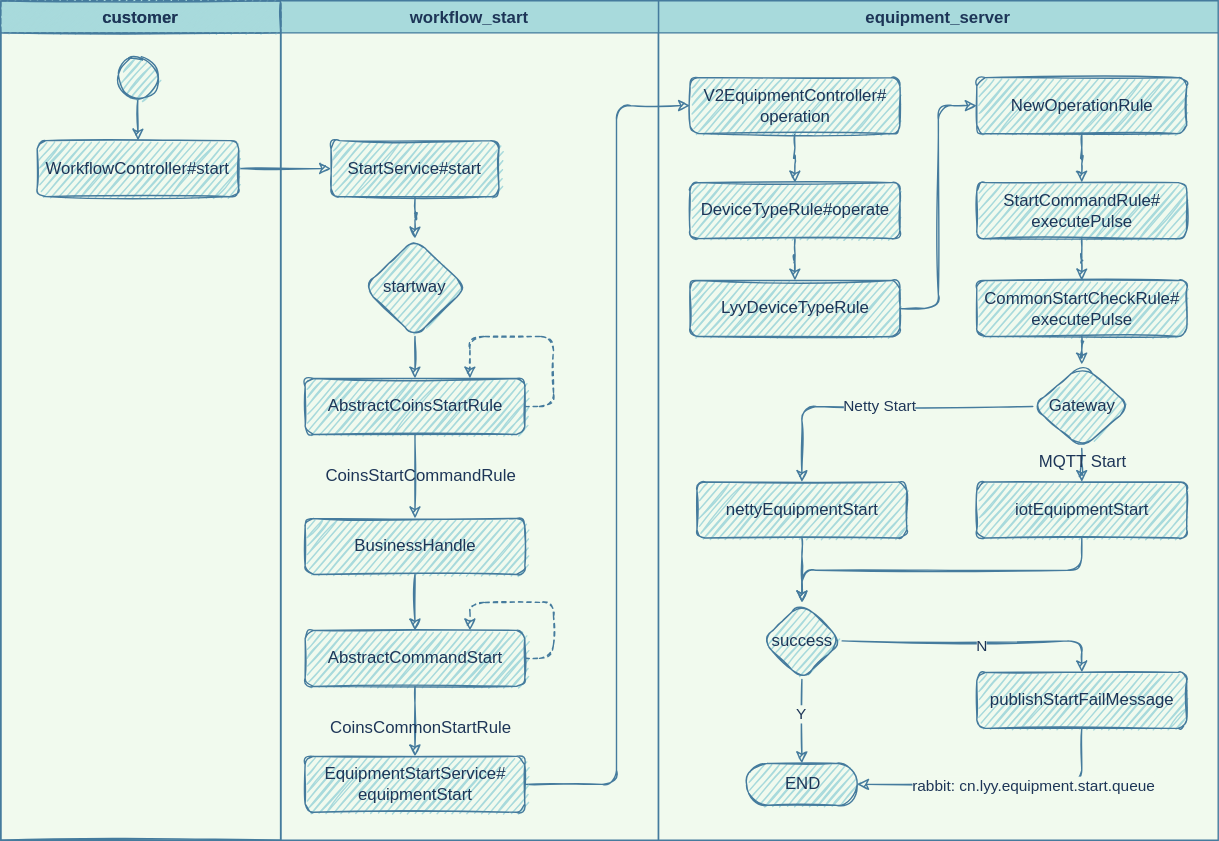
Before: start flow.drawio.svg, a diagram exported from draw.io (jingwux/diagrams). Source tidied: cells renumbered, new cells last; positions are measured from the earlier drawing's top-left corner, leaving out a move shared by most shapes.
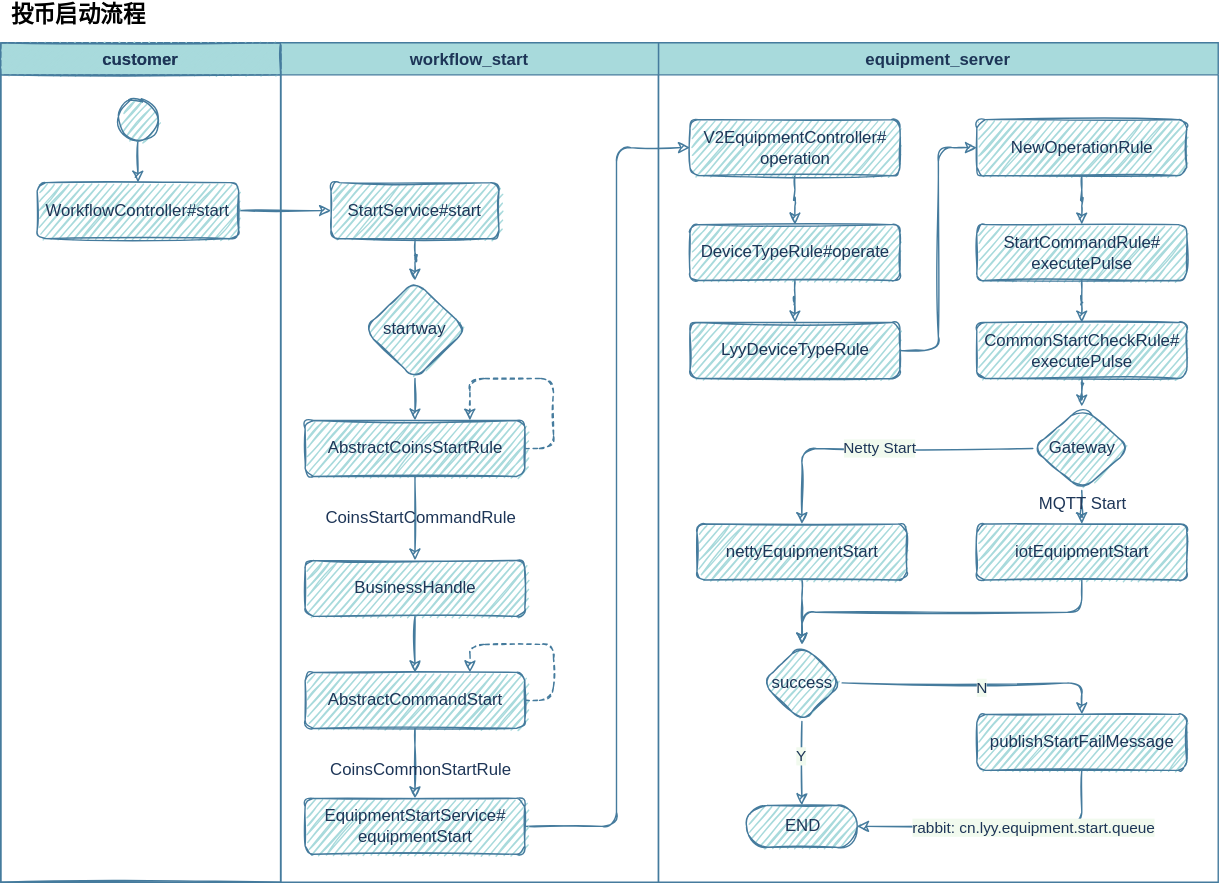
The same file after the commit.

The edit, as a diff of the source:
```diff
@@ -191,5 +191,8 @@
     <mxCell id="54" style="strokeWidth=1;html=1;shape=mxgraph.flowchart.start_2;whiteSpace=wrap;fillColor=#A8DADC;strokeColor=#457B9D;fontColor=#1D3557;sketch=1;rounded=1;" parent="1" vertex="1">
       <mxGeometry x="83" y="40" width="30" height="30" as="geometry" />
     </mxCell>
+    <mxCell id="55" value="&lt;font style=&quot;font-size: 16px&quot;&gt;&lt;b&gt;投币启动流程&lt;/b&gt;&lt;/font&gt;" style="text;html=1;align=center;verticalAlign=middle;" parent="1" vertex="1">
+      <mxGeometry y="-30" width="110" height="20" as="geometry" />
+    </mxCell>
   </root>
 </mxGraphModel>
```
